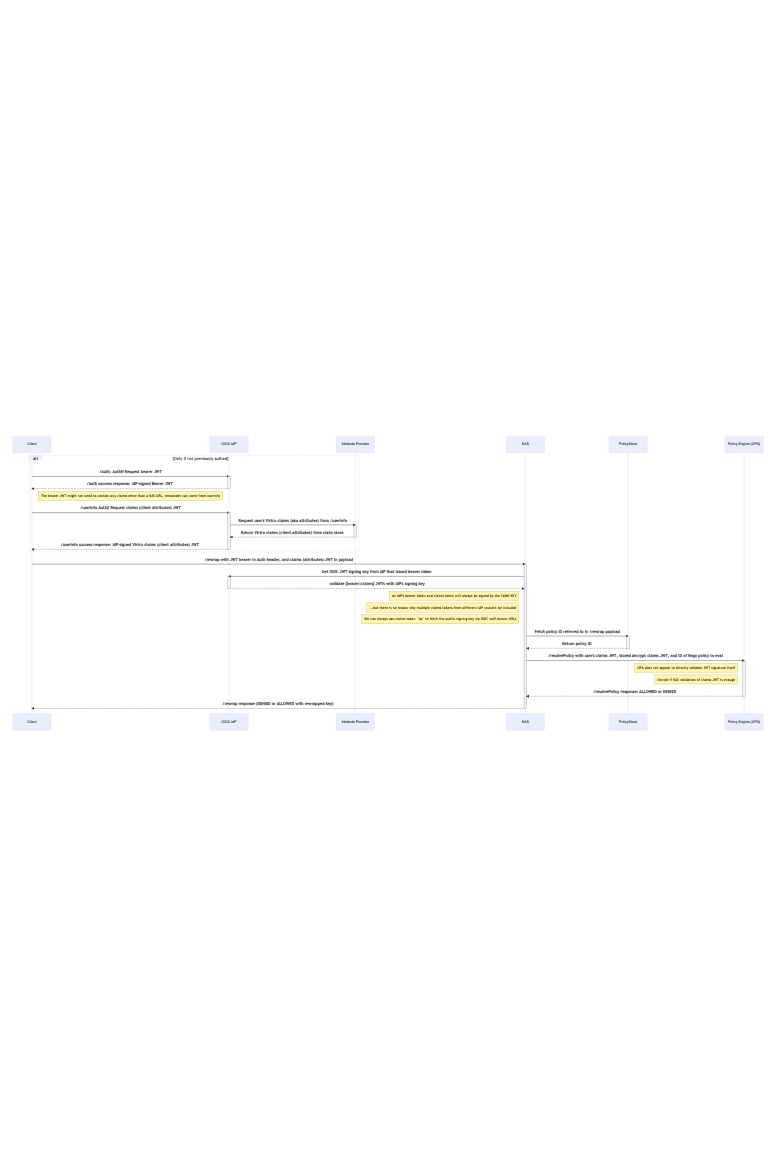
Before: diagrams/oidc-online-rewrap.png, a diagram exported from Mermaid (opentdf/spec). Its source is kept beside it as diagrams/oidc-online-rewrap.mmd. Its diagram source:
```mermaid
sequenceDiagram

    participant Client
    participant IdP as OIDC IdP
    participant Attribute Provider
    participant KAS
    participant PolicyStore
    participant OPA as Policy Engine (OPA)


    alt Only if not previously authed
        Client->>+IdP: /auth: AuthN Request bearer JWT
        IdP-->>-Client: /auth success response: IdP-signed Bearer JWT
        Note right of Client: The bearer JWT might not need to contain any claims other than a KAS URL, remainder can come from userinfo

        Client->>+IdP: /userinfo AuthZ Request claims (client attributes) JWT
        IdP->>+Attribute Provider: Request user's Virtru claims (aka attributes) from /userinfo
        Attribute Provider-->>-IdP: Return Virtru claims (client attributes) from claim store
        IdP-->>-Client: /userinfo success response: IdP-signed Virtru claims (client attributes) JWT
    end
    Client->>+KAS: /rewrap with JWT bearer in Auth header, and claims (attributes) JWT in payload
    KAS->>+IdP: Get OIDC JWT signing key from IdP that issued bearer token
    IdP-->>-KAS: validate {bearer|claims} JWTs with IdP's signing key
    Note left of KAS: An IdP's bearer token and claims token will always be signed by the SAME KEY
    Note left of KAS: ...but there is no reason why multiple claims tokens from different IdP couldn't be included
    Note left of KAS: We can always use claims token `iss` to fetch the public signing key via OIDC well-known URLs
    KAS->>+PolicyStore: Fetch policy ID referred to in /rewrap payload
    PolicyStore-->>-KAS: Return policy ID
    KAS->>+OPA: /resolvePolicy with user's claims JWT, stored decrypt claims JWT, and ID of Rego policy to eval
    Note left of OPA: OPA does not appear to directly validate JWT signature itself
    Note left of OPA: Decide if KAS validation of claims JWT is enough
    OPA-->>-KAS: /resolvePolicy response: ALLOWED or DENIED

    KAS-->>-Client: /rewrap response (DENIED or ALLOWED with rewrapped key)
```
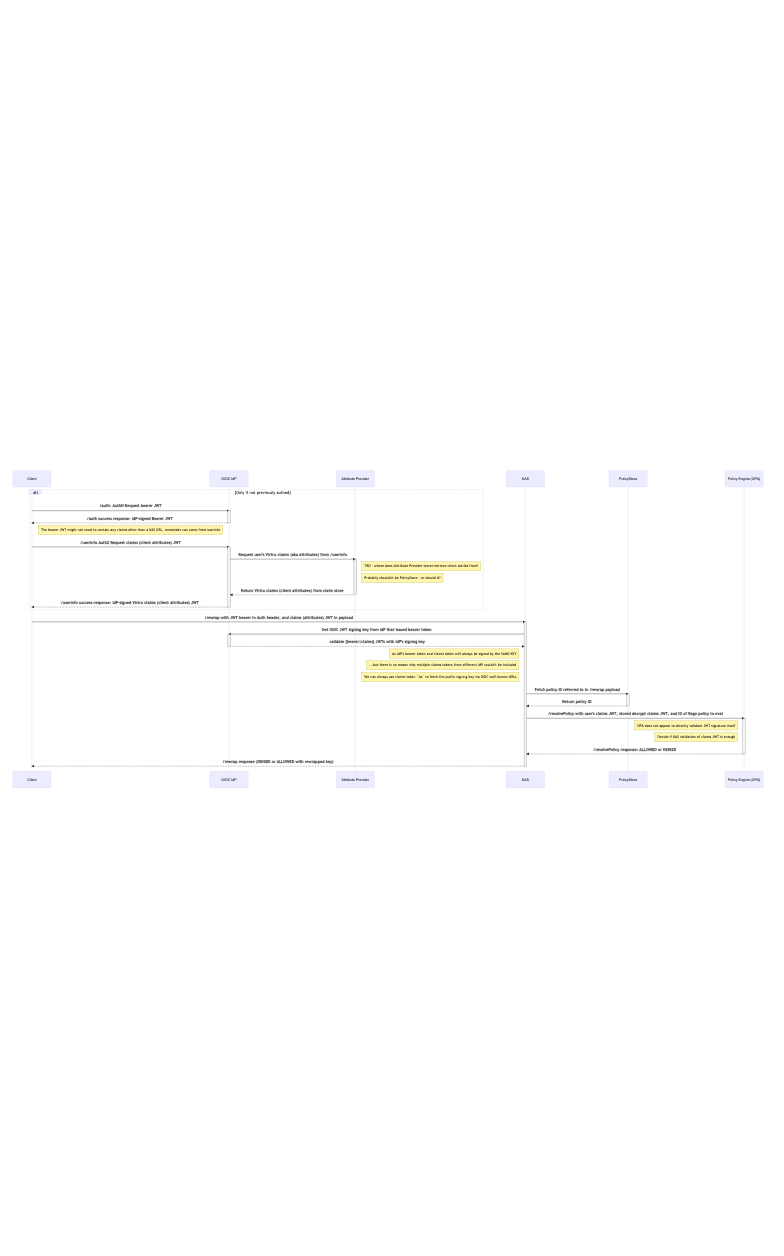
Later version of the same file.

The edit, as a diff of the source:
```diff
@@ -15,6 +15,8 @@
 
         Client->>+IdP: /userinfo AuthZ Request claims (client attributes) JWT
         IdP->>+Attribute Provider: Request user's Virtru claims (aka attributes) from /userinfo
+        Note right of Attribute Provider: TBD - where does Attribute Provider store/retrieve client attribs from?
+        Note right of Attribute Provider: Probably shouldn't be PolicyStore - or should it?
         Attribute Provider-->>-IdP: Return Virtru claims (client attributes) from claim store
         IdP-->>-Client: /userinfo success response: IdP-signed Virtru claims (client attributes) JWT
     end
```
